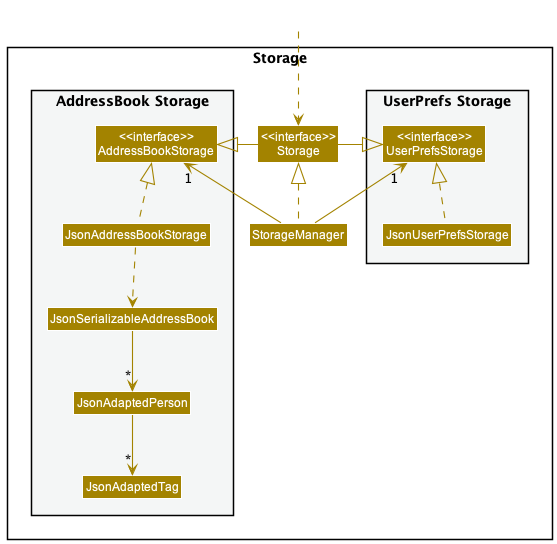
The PlantUML diagram docs/images/StorageClassDiagram.png in nus-cs2103-AY2223S2/tp, before a commit.
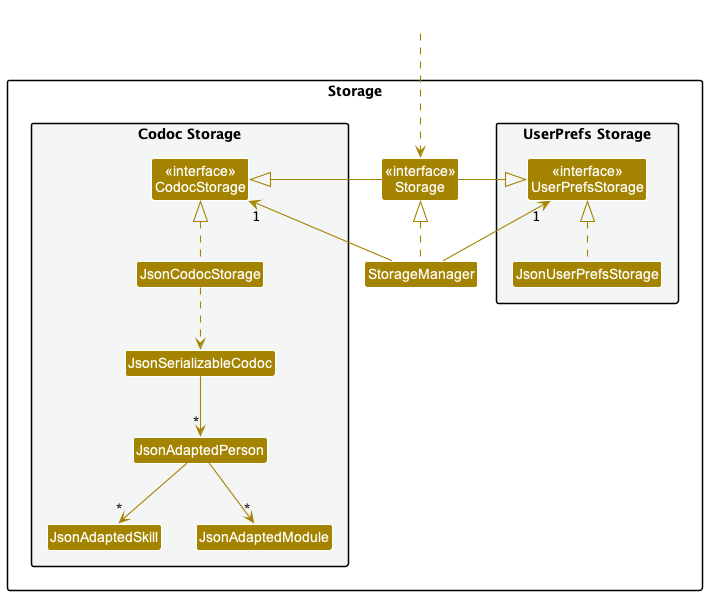
After the commit.

What changed in the source:
```diff
@@ -3,6 +3,8 @@
 skinparam arrowThickness 1.1
 skinparam arrowColor STORAGE_COLOR
 skinparam classBackgroundColor STORAGE_COLOR
+
+Class HiddenOutside #FFFFFF
 
 package Storage{
 
@@ -11,33 +13,34 @@
 Class JsonUserPrefsStorage
 }
 
-Class "<<interface>>\nStorage" as Storage
+Class "<<interface>>\nStorage" as StorageFacade
 Class StorageManager
 
-package "AddressBook Storage" #F4F6F6{
-Class "<<interface>>\nAddressBookStorage" as AddressBookStorage
-Class JsonAddressBookStorage
-Class JsonSerializableAddressBook
+package "Codoc Storage" #F4F6F6{
+Class "<<interface>>\nCodocStorage" as CodocStorage
+Class JsonCodocStorage
+Class JsonSerializableCodoc
 Class JsonAdaptedPerson
-Class JsonAdaptedTag
+Class JsonAdaptedSkill
+Class JsonAdaptedModule
 }
 
 }
 
-Class HiddenOutside #FFFFFF
-HiddenOutside ..> Storage
+HiddenOutside .down.> StorageFacade
 
-StorageManager .up.|> Storage
+StorageFacade -left-|> CodocStorage : \t\t\t
+StorageFacade -right-|> UserPrefsStorage : \t
+
+StorageManager .up.|> StorageFacade
 StorageManager -up-> "1" UserPrefsStorage
-StorageManager -up-> "1" AddressBookStorage
-
-Storage -left-|> UserPrefsStorage
-Storage -right-|> AddressBookStorage
+StorageManager -up-> "1" CodocStorage
 
 JsonUserPrefsStorage .up.|> UserPrefsStorage
-JsonAddressBookStorage .up.|> AddressBookStorage
-JsonAddressBookStorage ..> JsonSerializableAddressBook
-JsonSerializableAddressBook --> "*" JsonAdaptedPerson
-JsonAdaptedPerson --> "*" JsonAdaptedTag
+JsonCodocStorage .up.|> CodocStorage
+JsonCodocStorage ..> JsonSerializableCodoc
+JsonSerializableCodoc --> "*" JsonAdaptedPerson
+JsonAdaptedPerson --> "*" JsonAdaptedSkill
+JsonAdaptedPerson --> "*" JsonAdaptedModule
 
 @enduml
```
